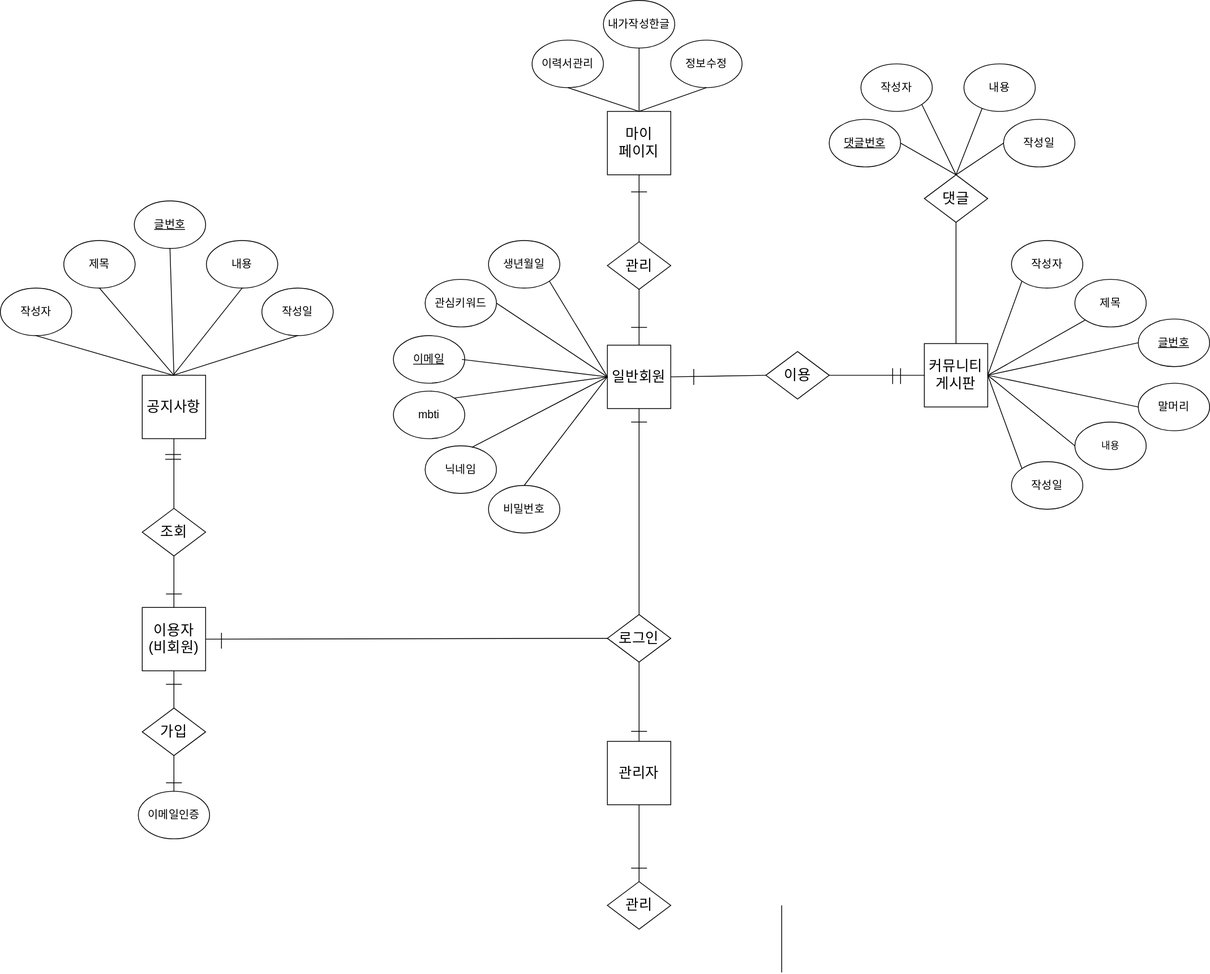
Before: Untitled Diagram.svg, a diagram exported from draw.io (FNTJ/project1). Source tidied: cells renumbered, new cells last; positions are measured from the earlier drawing's top-left corner, leaving out a move shared by most shapes.
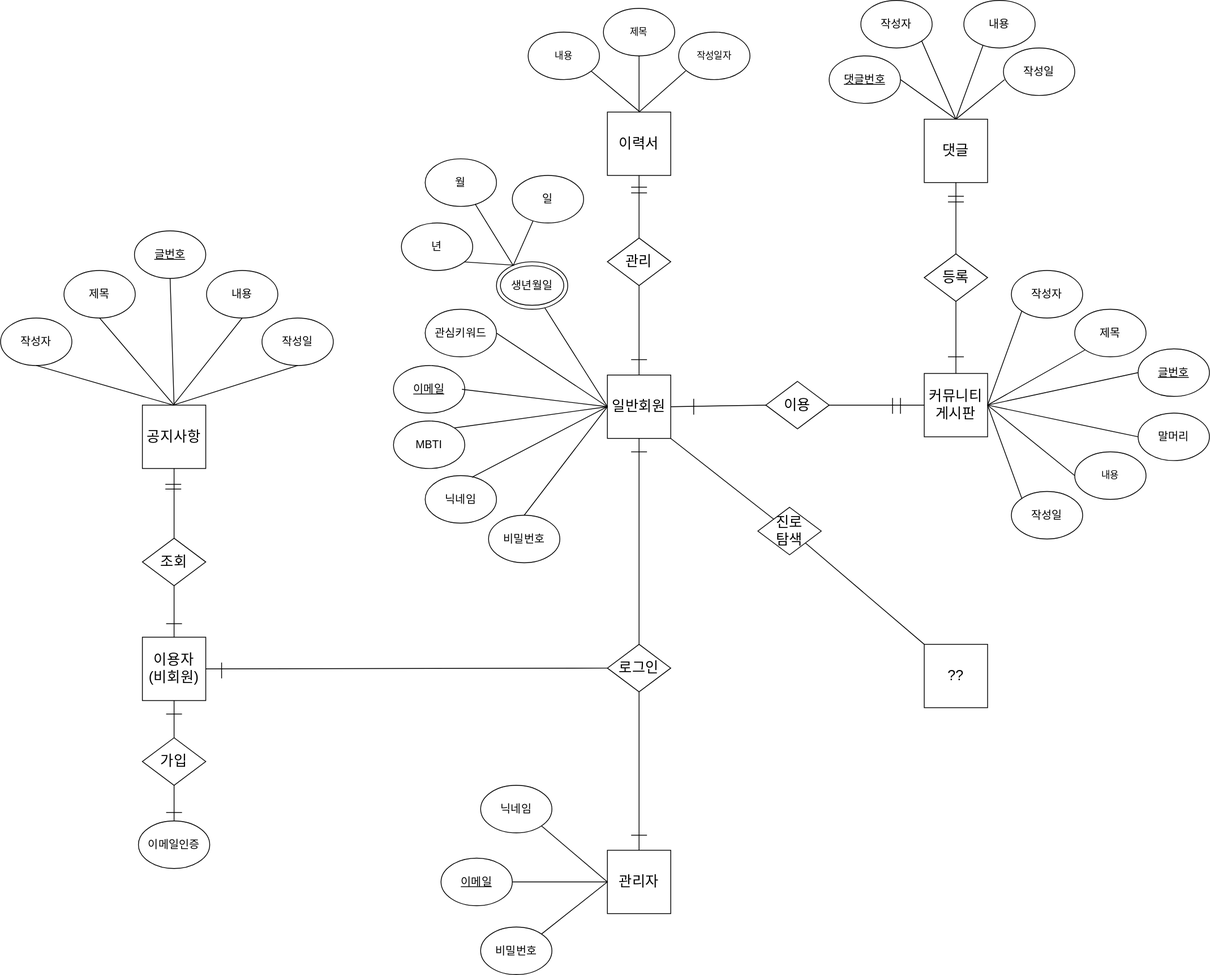
The same file after the commit.

Change to the diagram source:
```diff
@@ -20,7 +20,7 @@
     <mxCell id="7" style="endArrow=none;html=1;exitX=1;exitY=0;exitDx=0;exitDy=0;entryX=0;entryY=0.5;entryDx=0;entryDy=0;" parent="1" edge="1" source="8" target="2">
       <mxGeometry relative="1" as="geometry" />
     </mxCell>
-    <mxCell id="8" value="&lt;font style=&quot;font-size: 14px&quot;&gt;mbti&lt;/font&gt;" style="ellipse;whiteSpace=wrap;html=1;flipH=1;flipV=1;" parent="1" vertex="1">
+    <mxCell id="8" value="&lt;font style=&quot;font-size: 14px&quot;&gt;MBTI&lt;/font&gt;" style="ellipse;whiteSpace=wrap;html=1;flipH=1;flipV=1;" parent="1" vertex="1">
       <mxGeometry x="496" y="493" width="90" height="60" as="geometry" />
     </mxCell>
     <mxCell id="9" value="&lt;font style=&quot;font-size: 14px&quot;&gt;비밀번호&lt;/font&gt;" style="ellipse;whiteSpace=wrap;html=1;flipH=1;flipV=1;" parent="1" vertex="1">
@@ -32,9 +32,6 @@
     <mxCell id="11" value="&lt;font style=&quot;font-size: 14px&quot;&gt;닉네임&lt;/font&gt;" style="ellipse;whiteSpace=wrap;html=1;flipH=1;flipV=1;" parent="1" vertex="1">
       <mxGeometry x="536" y="562" width="90" height="60" as="geometry" />
     </mxCell>
-    <mxCell id="12" value="&lt;font style=&quot;font-size: 14px&quot;&gt;생년월일&lt;/font&gt;" style="ellipse;whiteSpace=wrap;html=1;flipH=1;flipV=1;" parent="1" vertex="1">
-      <mxGeometry x="616" y="303" width="90" height="60" as="geometry" />
-    </mxCell>
     <mxCell id="13" value="&lt;font style=&quot;font-size: 14px&quot;&gt;관심키워드&lt;/font&gt;" style="ellipse;whiteSpace=wrap;html=1;flipH=1;flipV=1;" parent="1" vertex="1">
       <mxGeometry x="536" y="352" width="90" height="60" as="geometry" />
     </mxCell>
@@ -52,7 +49,7 @@
         <mxPoint x="766" y="475" as="targetPoint" />
       </mxGeometry>
     </mxCell>
-    <mxCell id="18" style="endArrow=none;html=1;entryX=1;entryY=1;entryDx=0;entryDy=0;exitX=0;exitY=0.5;exitDx=0;exitDy=0;" parent="1" edge="1" source="2" target="12">
+    <mxCell id="18" style="endArrow=none;html=1;exitX=0;exitY=0.5;exitDx=0;exitDy=0;entryX=0.325;entryY=0.039;entryDx=0;entryDy=0;entryPerimeter=0;" parent="1" edge="1" source="2" target="96">
       <mxGeometry relative="1" as="geometry" />
     </mxCell>
     <mxCell id="19" value="&lt;font style=&quot;font-size: 18px&quot;&gt;공지사항&lt;br&gt;&lt;/font&gt;" style="whiteSpace=wrap;html=1;" parent="1" vertex="1">
@@ -163,31 +160,31 @@
     <mxCell id="48" style="endArrow=none;html=1;entryX=1;entryY=0.5;entryDx=0;entryDy=0;exitX=0;exitY=0;exitDx=0;exitDy=0;" parent="1" edge="1" source="42" target="37">
       <mxGeometry relative="1" as="geometry" />
     </mxCell>
-    <mxCell id="49" style="endArrow=none;html=1;exitX=0.5;exitY=0;exitDx=0;exitDy=0;entryX=0.5;entryY=0;entryDx=0;entryDy=0;" parent="1" edge="1" source="52" target="50">
+    <mxCell id="49" style="endArrow=none;html=1;exitX=0.5;exitY=0;exitDx=0;exitDy=0;entryX=0.5;entryY=0;entryDx=0;entryDy=0;" parent="1" edge="1" source="52" target="122">
       <mxGeometry relative="1" as="geometry" />
     </mxCell>
-    <mxCell id="50" value="&lt;font style=&quot;font-size: 18px&quot;&gt;댓글&lt;br&gt;&lt;/font&gt;" style="rhombus;whiteSpace=wrap;html=1;" parent="1" vertex="1">
-      <mxGeometry x="1166" y="220" width="80" height="60" as="geometry" />
+    <mxCell id="50" value="&lt;font style=&quot;font-size: 18px&quot;&gt;등록&lt;/font&gt;" style="rhombus;whiteSpace=wrap;html=1;" parent="1" vertex="1">
+      <mxGeometry x="1166" y="282" width="80" height="60" as="geometry" />
     </mxCell>
     <mxCell id="51" value="&lt;font style=&quot;font-size: 14px&quot;&gt;작성자&lt;/font&gt;" style="ellipse;whiteSpace=wrap;html=1;direction=east;flipH=0;flipV=1;" parent="1" vertex="1">
-      <mxGeometry x="1086" y="80" width="90" height="60" as="geometry" />
+      <mxGeometry x="1086" y="-38" width="90" height="60" as="geometry" />
     </mxCell>
     <mxCell id="52" value="&lt;span style=&quot;font-size: 14px&quot;&gt;내용&lt;/span&gt;" style="ellipse;whiteSpace=wrap;html=1;direction=east;flipH=0;flipV=1;" parent="1" vertex="1">
-      <mxGeometry x="1216" y="80" width="90" height="60" as="geometry" />
+      <mxGeometry x="1216" y="-38" width="90" height="60" as="geometry" />
     </mxCell>
     <mxCell id="53" value="&lt;font style=&quot;font-size: 14px&quot;&gt;작성일&lt;/font&gt;" style="ellipse;whiteSpace=wrap;html=1;direction=east;flipH=0;flipV=1;" parent="1" vertex="1">
-      <mxGeometry x="1266" y="150" width="90" height="60" as="geometry" />
+      <mxGeometry x="1266" y="22" width="90" height="60" as="geometry" />
     </mxCell>
-    <mxCell id="54" style="endArrow=none;html=1;entryX=0.5;entryY=0;entryDx=0;entryDy=0;exitX=1;exitY=1;exitDx=0;exitDy=0;" parent="1" edge="1" source="51" target="50">
+    <mxCell id="54" style="endArrow=none;html=1;exitX=1;exitY=1;exitDx=0;exitDy=0;entryX=0.5;entryY=0;entryDx=0;entryDy=0;" parent="1" edge="1" source="51" target="122">
       <mxGeometry relative="1" as="geometry" />
     </mxCell>
-    <mxCell id="55" style="endArrow=none;html=1;exitX=0;exitY=0.5;exitDx=0;exitDy=0;entryX=0.5;entryY=0;entryDx=0;entryDy=0;" parent="1" edge="1" source="53" target="50">
+    <mxCell id="55" style="endArrow=none;html=1;exitX=0.016;exitY=0.333;exitDx=0;exitDy=0;entryX=0.5;entryY=0;entryDx=0;entryDy=0;exitPerimeter=0;" parent="1" edge="1" source="53" target="122">
       <mxGeometry relative="1" as="geometry" />
     </mxCell>
     <mxCell id="56" value="&lt;font style=&quot;font-size: 14px&quot;&gt;&lt;u&gt;댓글번호&lt;/u&gt;&lt;/font&gt;" style="ellipse;whiteSpace=wrap;html=1;direction=east;flipH=0;flipV=1;" parent="1" vertex="1">
-      <mxGeometry x="1046" y="150" width="90" height="60" as="geometry" />
+      <mxGeometry x="1046" y="32" width="90" height="60" as="geometry" />
     </mxCell>
-    <mxCell id="57" style="endArrow=none;html=1;entryX=0.5;entryY=0;entryDx=0;entryDy=0;exitX=1;exitY=0.5;exitDx=0;exitDy=0;" parent="1" edge="1" source="56" target="50">
+    <mxCell id="57" style="endArrow=none;html=1;entryX=0.5;entryY=0;entryDx=0;entryDy=0;exitX=1;exitY=0.5;exitDx=0;exitDy=0;" parent="1" edge="1" source="56" target="122">
       <mxGeometry relative="1" as="geometry" />
     </mxCell>
     <mxCell id="58" style="endArrow=none;html=1;exitX=1;exitY=0.5;exitDx=0;exitDy=0;entryX=0;entryY=0.5;entryDx=0;entryDy=0;" parent="1" edge="1" source="2" target="59">
@@ -229,46 +226,13 @@
     <mxCell id="67" style="edgeStyle=none;shape=link;rounded=1;orthogonalLoop=1;jettySize=auto;html=1;entryX=0.5;entryY=0;entryDx=0;entryDy=0;" parent="1" edge="1" source="3" target="3">
       <mxGeometry relative="1" as="geometry" />
     </mxCell>
-    <mxCell id="68" value="&lt;font style=&quot;font-size: 18px&quot;&gt;마이&lt;br&gt;페이지&lt;/font&gt;" style="whiteSpace=wrap;html=1;" parent="1" vertex="1">
-      <mxGeometry x="766" y="140" width="80" height="80" as="geometry" />
-    </mxCell>
-    <mxCell id="69" value="&lt;span style=&quot;font-size: 14px&quot;&gt;내가작성한글&lt;/span&gt;" style="ellipse;whiteSpace=wrap;html=1;" parent="1" vertex="1">
-      <mxGeometry x="761" width="90" height="60" as="geometry" />
-    </mxCell>
-    <mxCell id="70" value="&lt;span style=&quot;font-size: 14px&quot;&gt;이력서관리&lt;/span&gt;" style="ellipse;whiteSpace=wrap;html=1;" parent="1" vertex="1">
-      <mxGeometry x="671" y="50" width="90" height="60" as="geometry" />
-    </mxCell>
-    <mxCell id="71" value="&lt;span style=&quot;font-size: 14px&quot;&gt;정보수정&lt;/span&gt;" style="ellipse;whiteSpace=wrap;html=1;" parent="1" vertex="1">
-      <mxGeometry x="846" y="50" width="90" height="60" as="geometry" />
-    </mxCell>
-    <mxCell id="72" style="endArrow=none;html=1;exitX=0.5;exitY=0;exitDx=0;exitDy=0;entryX=0.5;entryY=1;entryDx=0;entryDy=0;" parent="1" edge="1" source="68" target="69">
-      <mxGeometry relative="1" as="geometry" />
-    </mxCell>
-    <mxCell id="73" style="endArrow=none;html=1;entryX=0.5;entryY=1;entryDx=0;entryDy=0;exitX=0.5;exitY=0;exitDx=0;exitDy=0;" parent="1" edge="1" source="68" target="71">
-      <mxGeometry relative="1" as="geometry" />
-    </mxCell>
-    <mxCell id="74" style="endArrow=none;html=1;entryX=0.5;entryY=1;entryDx=0;entryDy=0;exitX=0.5;exitY=0;exitDx=0;exitDy=0;" parent="1" edge="1" source="68" target="70">
-      <mxGeometry relative="1" as="geometry" />
-    </mxCell>
-    <mxCell id="75" value="&lt;font style=&quot;font-size: 18px&quot;&gt;관리&lt;/font&gt;" style="rhombus;whiteSpace=wrap;html=1;" parent="1" vertex="1">
-      <mxGeometry x="766" y="304.6" width="80" height="60" as="geometry" />
-    </mxCell>
     <mxCell id="76" style="endArrow=none;html=1;exitX=0.5;exitY=0;exitDx=0;exitDy=0;entryX=0.5;entryY=1;entryDx=0;entryDy=0;" parent="1" edge="1" source="2" target="75">
       <mxGeometry relative="1" as="geometry" />
     </mxCell>
-    <mxCell id="77" style="endArrow=none;html=1;exitX=0.5;exitY=0;exitDx=0;exitDy=0;entryX=0.5;entryY=1;entryDx=0;entryDy=0;" parent="1" edge="1" source="75" target="68">
-      <mxGeometry relative="1" as="geometry" />
-    </mxCell>
-    <mxCell id="78" style="endArrow=none;html=1;" parent="1" edge="1">
-      <mxGeometry relative="1" as="geometry">
-        <mxPoint x="796" y="241.6" as="sourcePoint" />
-        <mxPoint x="816" y="241.6" as="targetPoint" />
-      </mxGeometry>
-    </mxCell>
     <mxCell id="79" style="endArrow=none;html=1;" parent="1" edge="1">
       <mxGeometry relative="1" as="geometry">
-        <mxPoint x="796" y="412.6" as="sourcePoint" />
-        <mxPoint x="816" y="412.6" as="targetPoint" />
+        <mxPoint x="796" y="415.6" as="sourcePoint" />
+        <mxPoint x="816" y="415.6" as="targetPoint" />
       </mxGeometry>
     </mxCell>
     <mxCell id="80" style="edgeStyle=none;shape=link;rounded=1;orthogonalLoop=1;jettySize=auto;html=1;entryX=0.5;entryY=0;entryDx=0;entryDy=0;" parent="1" edge="1">
@@ -299,7 +263,7 @@
       </mxGeometry>
     </mxCell>
     <mxCell id="86" value="&lt;font style=&quot;font-size: 18px&quot;&gt;관리자&lt;/font&gt;" style="whiteSpace=wrap;html=1;" parent="1" vertex="1">
-      <mxGeometry x="766" y="935" width="80" height="80" as="geometry" />
+      <mxGeometry x="766" y="1035" width="80" height="80" as="geometry" />
     </mxCell>
     <mxCell id="87" style="endArrow=none;html=1;entryX=0.5;entryY=1;entryDx=0;entryDy=0;exitX=0.5;exitY=0;exitDx=0;exitDy=0;" parent="1" edge="1" source="86" target="4">
       <mxGeometry relative="1" as="geometry" />
@@ -312,30 +276,133 @@
     </mxCell>
     <mxCell id="89" style="endArrow=none;html=1;" parent="1" edge="1">
       <mxGeometry relative="1" as="geometry">
-        <mxPoint x="796" y="922.4" as="sourcePoint" />
-        <mxPoint x="816" y="922.4" as="targetPoint" />
+        <mxPoint x="796" y="1016" as="sourcePoint" />
+        <mxPoint x="816" y="1016" as="targetPoint" />
       </mxGeometry>
     </mxCell>
-    <mxCell id="90" value="&lt;font style=&quot;font-size: 18px&quot;&gt;관리&lt;/font&gt;" style="rhombus;whiteSpace=wrap;html=1;" parent="1" vertex="1">
-      <mxGeometry x="766" y="1112" width="80" height="60" as="geometry" />
-    </mxCell>
-    <mxCell id="91" style="endArrow=none;html=1;entryX=0.5;entryY=1;entryDx=0;entryDy=0;exitX=0.5;exitY=0;exitDx=0;exitDy=0;" parent="1" edge="1" source="90" target="86">
-      <mxGeometry relative="1" as="geometry" />
-    </mxCell>
-    <mxCell id="92" style="endArrow=none;html=1;" parent="1" edge="1">
-      <mxGeometry relative="1" as="geometry">
-        <mxPoint x="796" y="1095" as="sourcePoint" />
-        <mxPoint x="816" y="1095" as="targetPoint" />
-        <Array as="points">
-          <mxPoint x="806" y="1095" />
-        </Array>
-      </mxGeometry>
-    </mxCell>
-    <mxCell id="93" style="endArrow=none;html=1;exitX=0.5;exitY=0;exitDx=0;exitDy=0;entryX=0.5;entryY=1;entryDx=0;entryDy=0;" parent="1" edge="1">
-      <mxGeometry relative="1" as="geometry">
-        <mxPoint x="986" y="1226.6" as="sourcePoint" />
-        <mxPoint x="986" y="1142" as="targetPoint" />
-      </mxGeometry>
-    </mxCell>
+    <mxCell id="94" style="endArrow=none;html=1;entryX=0.5;entryY=1;entryDx=0;entryDy=0;" parent="1" edge="1" source="75" target="109">
+      <mxGeometry relative="1" as="geometry" />
+    </mxCell>
+    <mxCell id="95" style="group;" parent="1" vertex="1">
+      <mxGeometry x="626" y="292" width="90" height="60" as="geometry" />
+    </mxCell>
+    <mxCell id="96" style="ellipse;whiteSpace=wrap;html=1;flipH=1;flipV=1;" parent="95" vertex="1">
+      <mxGeometry width="90" height="60" as="geometry" />
+    </mxCell>
+    <mxCell id="12" value="&lt;span style=&quot;font-size: 14px&quot;&gt;생년월일&lt;/span&gt;" style="ellipse;whiteSpace=wrap;html=1;flipH=1;flipV=1;" parent="95" vertex="1">
+      <mxGeometry x="5" y="5" width="80" height="50" as="geometry" />
+    </mxCell>
+    <mxCell id="97" value="&lt;font style=&quot;font-size: 14px&quot;&gt;년&lt;/font&gt;" style="ellipse;whiteSpace=wrap;html=1;flipH=1;flipV=1;" parent="1" vertex="1">
+      <mxGeometry x="506" y="243" width="90" height="60" as="geometry" />
+    </mxCell>
+    <mxCell id="98" value="&lt;font style=&quot;font-size: 14px&quot;&gt;일&lt;/font&gt;" style="ellipse;whiteSpace=wrap;html=1;flipH=1;flipV=1;" parent="1" vertex="1">
+      <mxGeometry x="646" y="183" width="90" height="60" as="geometry" />
+    </mxCell>
+    <mxCell id="99" value="&lt;font style=&quot;font-size: 14px&quot;&gt;월&lt;/font&gt;" style="ellipse;whiteSpace=wrap;html=1;flipH=1;flipV=1;" parent="1" vertex="1">
+      <mxGeometry x="536" y="162" width="90" height="60" as="geometry" />
+    </mxCell>
+    <mxCell id="100" style="endArrow=none;html=1;entryX=0.3;entryY=0.05;entryDx=0;entryDy=0;entryPerimeter=0;exitX=0.768;exitY=0.928;exitDx=0;exitDy=0;exitPerimeter=0;" parent="1" edge="1" source="96" target="99">
+      <mxGeometry relative="1" as="geometry" />
+    </mxCell>
+    <mxCell id="101" style="endArrow=none;html=1;exitX=0.766;exitY=0.918;exitDx=0;exitDy=0;entryX=0.708;entryY=0.047;entryDx=0;entryDy=0;entryPerimeter=0;exitPerimeter=0;" parent="1" edge="1" source="96" target="98">
+      <mxGeometry relative="1" as="geometry" />
+    </mxCell>
+    <mxCell id="102" style="endArrow=none;html=1;exitX=0.119;exitY=0.18;exitDx=0;exitDy=0;entryX=0.755;entryY=0.928;entryDx=0;entryDy=0;exitPerimeter=0;entryPerimeter=0;" parent="1" edge="1" source="97" target="96">
+      <mxGeometry relative="1" as="geometry" />
+    </mxCell>
+    <mxCell id="75" value="&lt;font style=&quot;font-size: 18px&quot;&gt;관리&lt;/font&gt;" style="rhombus;whiteSpace=wrap;html=1;" parent="1" vertex="1">
+      <mxGeometry x="766" y="262" width="80" height="60" as="geometry" />
+    </mxCell>
+    <mxCell id="103" style="endArrow=none;html=1;" parent="1" edge="1">
+      <mxGeometry relative="1" as="geometry">
+        <mxPoint x="796" y="197.8" as="sourcePoint" />
+        <mxPoint x="816" y="197.8" as="targetPoint" />
+      </mxGeometry>
+    </mxCell>
+    <mxCell id="104" style="endArrow=none;html=1;" parent="1" edge="1">
+      <mxGeometry relative="1" as="geometry">
+        <mxPoint x="796" y="205" as="sourcePoint" />
+        <mxPoint x="816" y="205" as="targetPoint" />
+      </mxGeometry>
+    </mxCell>
+    <mxCell id="105" style="endArrow=none;html=1;exitX=0.5;exitY=0;exitDx=0;exitDy=0;" parent="1" edge="1" source="109" target="106">
+      <mxGeometry relative="1" as="geometry" />
+    </mxCell>
+    <mxCell id="106" value="제목" style="ellipse;whiteSpace=wrap;html=1;flipH=1;flipV=1;" parent="1" vertex="1">
+      <mxGeometry x="761" y="-28" width="90" height="60" as="geometry" />
+    </mxCell>
+    <mxCell id="107" style="endArrow=none;html=1;exitX=1;exitY=1;exitDx=0;exitDy=0;entryX=0;entryY=0;entryDx=0;entryDy=0;" parent="1" edge="1" source="120" target="108">
+      <mxGeometry relative="1" as="geometry" />
+    </mxCell>
+    <mxCell id="108" value="&lt;font style=&quot;font-size: 18px&quot;&gt;??&lt;br&gt;&lt;/font&gt;" style="whiteSpace=wrap;html=1;direction=east;" parent="1" vertex="1">
+      <mxGeometry x="1166" y="775" width="80" height="80" as="geometry" />
+    </mxCell>
+    <mxCell id="109" value="&lt;font style=&quot;font-size: 18px&quot;&gt;이력서&lt;/font&gt;" style="whiteSpace=wrap;html=1;" parent="1" vertex="1">
+      <mxGeometry x="766" y="103" width="80" height="80" as="geometry" />
+    </mxCell>
+    <mxCell id="110" value="내용" style="ellipse;whiteSpace=wrap;html=1;flipH=1;flipV=1;" parent="1" vertex="1">
+      <mxGeometry x="666" y="2" width="90" height="60" as="geometry" />
+    </mxCell>
+    <mxCell id="111" value="작성일자" style="ellipse;whiteSpace=wrap;html=1;flipH=1;flipV=1;" parent="1" vertex="1">
+      <mxGeometry x="856" y="2" width="90" height="60" as="geometry" />
+    </mxCell>
+    <mxCell id="112" style="endArrow=none;html=1;entryX=0.113;entryY=0.175;entryDx=0;entryDy=0;entryPerimeter=0;" parent="1" edge="1" target="110">
+      <mxGeometry relative="1" as="geometry">
+        <mxPoint x="806" y="102" as="sourcePoint" />
+      </mxGeometry>
+    </mxCell>
+    <mxCell id="113" style="endArrow=none;html=1;entryX=0.901;entryY=0.183;entryDx=0;entryDy=0;entryPerimeter=0;" parent="1" edge="1" target="111">
+      <mxGeometry relative="1" as="geometry">
+        <mxPoint x="806" y="103" as="sourcePoint" />
+      </mxGeometry>
+    </mxCell>
+    <mxCell id="114" style="endArrow=none;html=1;entryX=0;entryY=0.5;entryDx=0;entryDy=0;exitX=1;exitY=0.5;exitDx=0;exitDy=0;" parent="1" edge="1" source="115" target="86">
+      <mxGeometry relative="1" as="geometry" />
+    </mxCell>
+    <mxCell id="115" value="&lt;u&gt;&lt;font style=&quot;font-size: 14px&quot;&gt;이메일&lt;/font&gt;&lt;/u&gt;" style="ellipse;whiteSpace=wrap;html=1;flipH=1;flipV=1;" parent="1" vertex="1">
+      <mxGeometry x="556" y="1045" width="90" height="60" as="geometry" />
+    </mxCell>
+    <mxCell id="116" value="&lt;font style=&quot;font-size: 14px&quot;&gt;비밀번호&lt;/font&gt;" style="ellipse;whiteSpace=wrap;html=1;flipH=1;flipV=1;" parent="1" vertex="1">
+      <mxGeometry x="606" y="1132" width="90" height="60" as="geometry" />
+    </mxCell>
+    <mxCell id="117" value="&lt;font style=&quot;font-size: 14px&quot;&gt;닉네임&lt;/font&gt;" style="ellipse;whiteSpace=wrap;html=1;flipH=1;flipV=1;" parent="1" vertex="1">
+      <mxGeometry x="606" y="953" width="90" height="60" as="geometry" />
+    </mxCell>
+    <mxCell id="118" style="endArrow=none;html=1;entryX=0;entryY=0.5;entryDx=0;entryDy=0;exitX=1;exitY=1;exitDx=0;exitDy=0;" parent="1" edge="1" source="117" target="86">
+      <mxGeometry relative="1" as="geometry" />
+    </mxCell>
+    <mxCell id="119" style="endArrow=none;html=1;entryX=0;entryY=0.5;entryDx=0;entryDy=0;exitX=1;exitY=0;exitDx=0;exitDy=0;" parent="1" edge="1" source="116" target="86">
+      <mxGeometry relative="1" as="geometry" />
+    </mxCell>
+    <mxCell id="120" value="&lt;font style=&quot;font-size: 18px&quot;&gt;진로&lt;br&gt;탐색&lt;/font&gt;" style="rhombus;whiteSpace=wrap;html=1;" parent="1" vertex="1">
+      <mxGeometry x="956" y="602" width="80" height="60" as="geometry" />
+    </mxCell>
+    <mxCell id="121" style="endArrow=none;html=1;exitX=1;exitY=1;exitDx=0;exitDy=0;entryX=0;entryY=0;entryDx=0;entryDy=0;" parent="1" edge="1" source="2" target="120">
+      <mxGeometry relative="1" as="geometry" />
+    </mxCell>
+    <mxCell id="122" value="&lt;font style=&quot;font-size: 18px&quot;&gt;댓글&lt;br&gt;&lt;/font&gt;" style="whiteSpace=wrap;html=1;direction=east;" parent="1" vertex="1">
+      <mxGeometry x="1166" y="112" width="80" height="80" as="geometry" />
+    </mxCell>
+    <mxCell id="123" style="endArrow=none;html=1;entryX=0.5;entryY=0;entryDx=0;entryDy=0;exitX=0.5;exitY=1;exitDx=0;exitDy=0;" parent="1" edge="1" source="122" target="50">
+      <mxGeometry relative="1" as="geometry" />
+    </mxCell>
+    <mxCell id="124" style="endArrow=none;html=1;" parent="1" edge="1">
+      <mxGeometry relative="1" as="geometry">
+        <mxPoint x="1196" y="209.3" as="sourcePoint" />
+        <mxPoint x="1216" y="209.3" as="targetPoint" />
+      </mxGeometry>
+    </mxCell>
+    <mxCell id="125" style="endArrow=none;html=1;" parent="1" edge="1">
+      <mxGeometry relative="1" as="geometry">
+        <mxPoint x="1196" y="216.5" as="sourcePoint" />
+        <mxPoint x="1216" y="216.5" as="targetPoint" />
+      </mxGeometry>
+    </mxCell>
+    <mxCell id="126" style="endArrow=none;html=1;" parent="1" edge="1">
+      <mxGeometry relative="1" as="geometry">
+        <mxPoint x="1196" y="412" as="sourcePoint" />
+        <mxPoint x="1216" y="412" as="targetPoint" />
+      </mxGeometry>
+    </mxCell>
   </root>
 </mxGraphModel>
```
